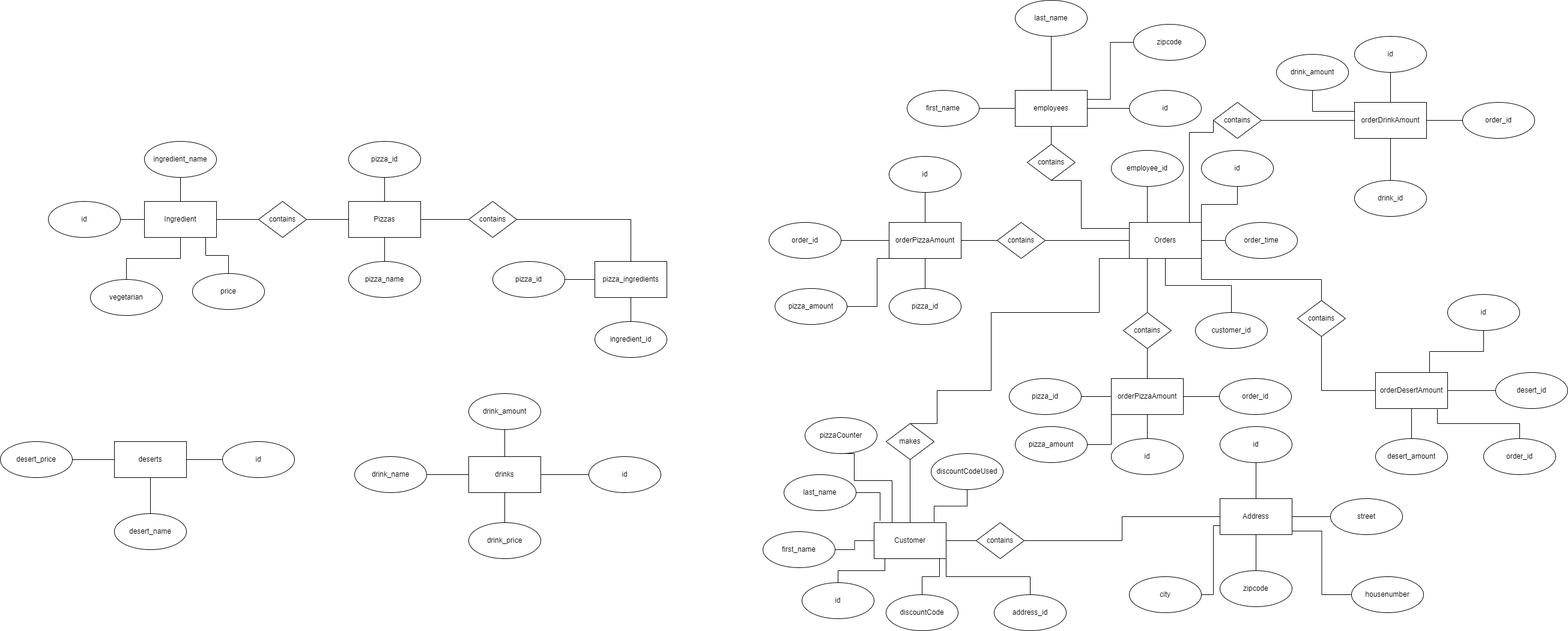
Above: Images/RelationDiagram.drawio .png in AkkuRam/PizzasSQL (draw.io), before the change. Source tidied: cells renumbered, new cells last; positions are measured from the earlier drawing's top-left corner, leaving out a move shared by most shapes.
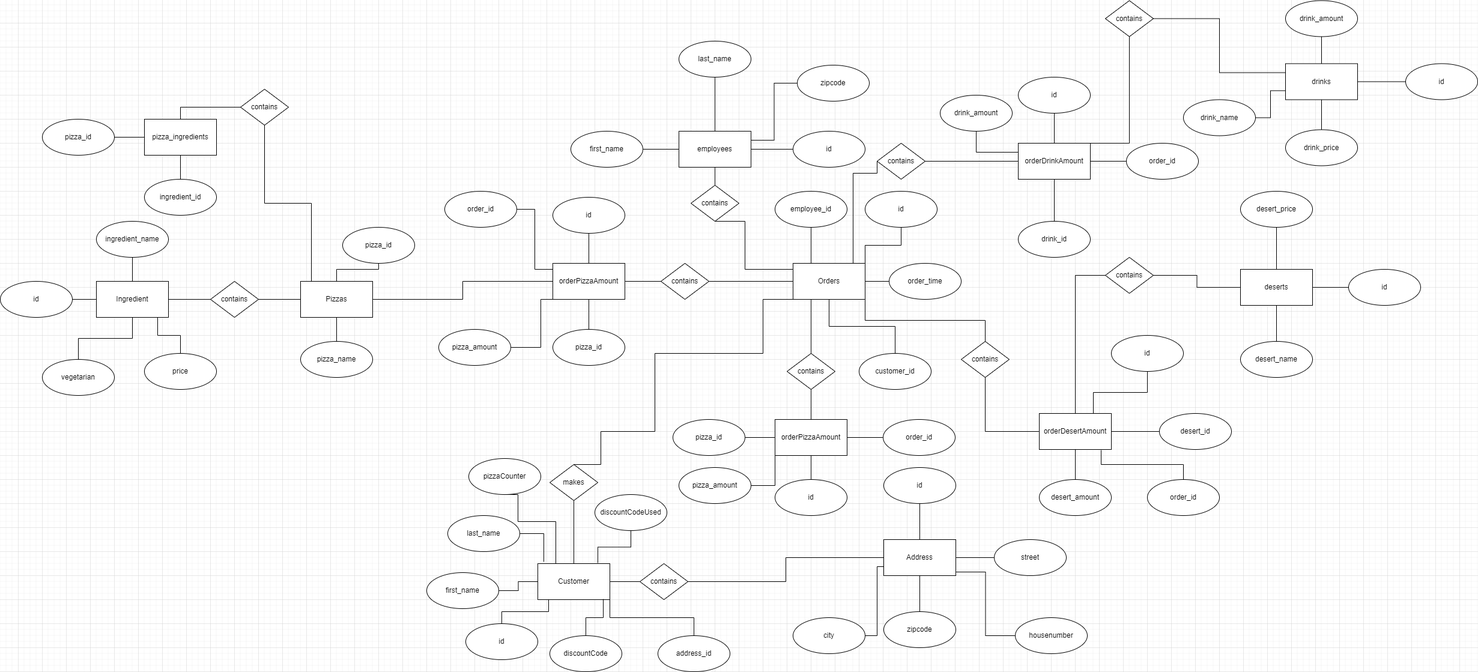
The same diagram one commit later.

Commit message:
relation diagram

The edit, as a diff of the source:
```diff
@@ -9,7 +9,7 @@
       <mxGeometry relative="1" as="geometry" />
     </mxCell>
     <mxCell id="4" value="Pizzas" style="rounded=0;whiteSpace=wrap;html=1;" parent="1" vertex="1">
-      <mxGeometry x="580" y="335" width="120" height="60" as="geometry" />
+      <mxGeometry x="1060" y="400" width="120" height="60" as="geometry" />
     </mxCell>
     <mxCell id="5" style="edgeStyle=orthogonalEdgeStyle;rounded=0;jettySize=auto;html=1;strokeColor=default;startArrow=none;startFill=0;endArrow=none;endFill=0;exitX=1;exitY=0;exitDx=0;exitDy=0;" parent="1" edge="1" source="6" target="27">
       <mxGeometry relative="1" as="geometry" />
@@ -27,19 +27,19 @@
       <mxGeometry relative="1" as="geometry" />
     </mxCell>
     <mxCell id="10" value="Ingredient" style="rounded=0;whiteSpace=wrap;html=1;" parent="1" vertex="1">
-      <mxGeometry x="240" y="335" width="120" height="60" as="geometry" />
+      <mxGeometry x="720" y="400" width="120" height="60" as="geometry" />
     </mxCell>
     <mxCell id="11" value="pizza_name" style="ellipse;whiteSpace=wrap;html=1;" parent="1" vertex="1">
-      <mxGeometry x="580" y="435" width="120" height="60" as="geometry" />
+      <mxGeometry x="1060" y="500" width="120" height="60" as="geometry" />
     </mxCell>
     <mxCell id="12" value="ingredient_name" style="ellipse;whiteSpace=wrap;html=1;" parent="1" vertex="1">
-      <mxGeometry x="240" y="235" width="120" height="60" as="geometry" />
+      <mxGeometry x="720" y="300" width="120" height="60" as="geometry" />
     </mxCell>
     <mxCell id="13" value="first_name" style="ellipse;whiteSpace=wrap;html=1;" parent="1" vertex="1">
       <mxGeometry x="1270" y="885" width="120" height="60" as="geometry" />
     </mxCell>
     <mxCell id="14" value="pizza_id" style="ellipse;whiteSpace=wrap;html=1;" parent="1" vertex="1">
-      <mxGeometry x="580" y="235" width="120" height="60" as="geometry" />
+      <mxGeometry x="1130" y="310" width="120" height="60" as="geometry" />
     </mxCell>
     <mxCell id="15" style="edgeStyle=orthogonalEdgeStyle;rounded=0;jettySize=auto;html=1;strokeColor=default;startArrow=none;startFill=0;endArrow=none;endFill=0;entryX=0.15;entryY=1;entryDx=0;entryDy=0;entryPerimeter=0;" parent="1" edge="1" source="16" target="7">
       <mxGeometry relative="1" as="geometry" />
@@ -51,7 +51,7 @@
       <mxGeometry relative="1" as="geometry" />
     </mxCell>
     <mxCell id="18" value="id" style="ellipse;whiteSpace=wrap;html=1;" parent="1" vertex="1">
-      <mxGeometry x="80" y="335" width="120" height="60" as="geometry" />
+      <mxGeometry x="560" y="400" width="120" height="60" as="geometry" />
     </mxCell>
     <mxCell id="19" style="edgeStyle=orthogonalEdgeStyle;rounded=0;jettySize=auto;html=1;strokeColor=default;startArrow=none;startFill=0;endArrow=none;endFill=0;entryX=0.083;entryY=-0.05;entryDx=0;entryDy=0;entryPerimeter=0;" parent="1" edge="1" source="20" target="7">
       <mxGeometry relative="1" as="geometry" />
@@ -60,7 +60,7 @@
       <mxGeometry x="1305" y="790" width="120" height="60" as="geometry" />
     </mxCell>
     <mxCell id="21" value="price" style="ellipse;whiteSpace=wrap;html=1;" parent="1" vertex="1">
-      <mxGeometry x="320" y="455" width="120" height="60" as="geometry" />
+      <mxGeometry x="800" y="520" width="120" height="60" as="geometry" />
     </mxCell>
     <mxCell id="22" style="edgeStyle=orthogonalEdgeStyle;rounded=0;jettySize=auto;html=1;exitX=0;exitY=0.5;exitDx=0;exitDy=0;strokeColor=default;endArrow=none;endFill=0;" parent="1" edge="1" source="24" target="10">
       <mxGeometry relative="1" as="geometry" />
@@ -69,7 +69,7 @@
       <mxGeometry relative="1" as="geometry" />
     </mxCell>
     <mxCell id="24" value="contains" style="rhombus;whiteSpace=wrap;html=1;" parent="1" vertex="1">
-      <mxGeometry x="430" y="335" width="80" height="60" as="geometry" />
+      <mxGeometry x="910" y="400" width="80" height="60" as="geometry" />
     </mxCell>
     <mxCell id="25" style="edgeStyle=orthogonalEdgeStyle;rounded=0;jettySize=auto;html=1;strokeColor=default;startArrow=none;startFill=0;endArrow=none;endFill=0;" parent="1" edge="1" source="26" target="6">
       <mxGeometry relative="1" as="geometry" />
@@ -114,7 +114,7 @@
       <mxGeometry relative="1" as="geometry" />
     </mxCell>
     <mxCell id="36" value="vegetarian" style="ellipse;whiteSpace=wrap;html=1;" parent="1" vertex="1">
-      <mxGeometry x="150" y="465" width="120" height="60" as="geometry" />
+      <mxGeometry x="630" y="530" width="120" height="60" as="geometry" />
     </mxCell>
     <mxCell id="37" value="employee_id" style="ellipse;whiteSpace=wrap;html=1;" parent="1" vertex="1">
       <mxGeometry x="1850" y="250" width="120" height="60" as="geometry" />
@@ -292,11 +292,8 @@
       <mxGeometry relative="1" as="geometry" />
     </mxCell>
     <mxCell id="92" value="order_id" style="ellipse;whiteSpace=wrap;html=1;" parent="1" vertex="1">
-      <mxGeometry x="1280" y="370" width="120" height="60" as="geometry" />
+      <mxGeometry x="1300" y="250" width="120" height="60" as="geometry" />
     </mxCell>
-    <mxCell id="93" style="endArrow=none;html=1;rounded=0;exitX=1;exitY=0.5;exitDx=0;exitDy=0;entryX=0;entryY=0.5;entryDx=0;entryDy=0;" parent="1" edge="1" source="92" target="87">
-      <mxGeometry relative="1" as="geometry" />
-    </mxCell>
     <mxCell id="94" value="pizza_amount" style="ellipse;whiteSpace=wrap;html=1;" parent="1" vertex="1">
       <mxGeometry x="1290" y="480" width="120" height="60" as="geometry" />
     </mxCell>
@@ -308,56 +305,53 @@
         </Array>
       </mxGeometry>
     </mxCell>
-    <mxCell id="96" style="edgeStyle=orthogonalEdgeStyle;rounded=0;jettySize=auto;html=1;strokeColor=default;startArrow=none;startFill=0;endArrow=none;endFill=0;exitX=1;exitY=0.5;exitDx=0;exitDy=0;entryX=0;entryY=0.5;entryDx=0;entryDy=0;" parent="1" edge="1" source="4" target="97">
-      <mxGeometry relative="1" as="geometry" />
-    </mxCell>
     <mxCell id="97" value="contains" style="rhombus;whiteSpace=wrap;html=1;" parent="1" vertex="1">
-      <mxGeometry x="780" y="335" width="80" height="60" as="geometry" />
+      <mxGeometry x="960" y="80" width="80" height="60" as="geometry" />
     </mxCell>
     <mxCell id="98" value="pizza_ingredients" style="rounded=0;whiteSpace=wrap;html=1;" parent="1" vertex="1">
-      <mxGeometry x="990" y="435" width="120" height="60" as="geometry" />
+      <mxGeometry x="800" y="130" width="120" height="60" as="geometry" />
     </mxCell>
     <mxCell id="99" value="pizza_id" style="ellipse;whiteSpace=wrap;html=1;" parent="1" vertex="1">
-      <mxGeometry x="820" y="435" width="120" height="60" as="geometry" />
+      <mxGeometry x="630" y="130" width="120" height="60" as="geometry" />
     </mxCell>
     <mxCell id="100" style="endArrow=none;html=1;rounded=0;exitX=1;exitY=0.5;exitDx=0;exitDy=0;entryX=0;entryY=0.5;entryDx=0;entryDy=0;" parent="1" edge="1" source="99" target="98">
       <mxGeometry relative="1" as="geometry" />
     </mxCell>
     <mxCell id="101" value="ingredient_id" style="ellipse;whiteSpace=wrap;html=1;" parent="1" vertex="1">
-      <mxGeometry x="990" y="535" width="120" height="60" as="geometry" />
+      <mxGeometry x="800" y="230" width="120" height="60" as="geometry" />
     </mxCell>
     <mxCell id="102" style="endArrow=none;html=1;rounded=0;exitX=0.5;exitY=0;exitDx=0;exitDy=0;entryX=0.5;entryY=1;entryDx=0;entryDy=0;" parent="1" edge="1" source="101" target="98">
       <mxGeometry relative="1" as="geometry" />
     </mxCell>
-    <mxCell id="103" style="edgeStyle=orthogonalEdgeStyle;rounded=0;jettySize=auto;html=1;strokeColor=default;startArrow=none;startFill=0;endArrow=none;endFill=0;exitX=1;exitY=0.5;exitDx=0;exitDy=0;entryX=0.5;entryY=0;entryDx=0;entryDy=0;" parent="1" edge="1" source="97" target="98">
+    <mxCell id="103" style="edgeStyle=orthogonalEdgeStyle;rounded=0;jettySize=auto;html=1;strokeColor=default;startArrow=none;startFill=0;endArrow=none;endFill=0;exitX=0;exitY=0.5;exitDx=0;exitDy=0;entryX=0.5;entryY=0;entryDx=0;entryDy=0;" parent="1" edge="1" source="97" target="98">
       <mxGeometry relative="1" as="geometry" />
     </mxCell>
     <mxCell id="104" value="deserts" style="rounded=0;whiteSpace=wrap;html=1;" parent="1" vertex="1">
-      <mxGeometry x="190" y="735" width="120" height="60" as="geometry" />
+      <mxGeometry x="2625" y="380" width="120" height="60" as="geometry" />
     </mxCell>
     <mxCell id="105" value="id" style="ellipse;whiteSpace=wrap;html=1;" parent="1" vertex="1">
-      <mxGeometry x="370" y="735" width="120" height="60" as="geometry" />
+      <mxGeometry x="2805" y="380" width="120" height="60" as="geometry" />
     </mxCell>
     <mxCell id="106" style="endArrow=none;html=1;rounded=0;exitX=1;exitY=0.5;exitDx=0;exitDy=0;entryX=0;entryY=0.5;entryDx=0;entryDy=0;" parent="1" edge="1" source="104" target="105">
       <mxGeometry relative="1" as="geometry" />
     </mxCell>
     <mxCell id="107" value="desert_name" style="ellipse;whiteSpace=wrap;html=1;" parent="1" vertex="1">
-      <mxGeometry x="190" y="855" width="120" height="60" as="geometry" />
+      <mxGeometry x="2625" y="500" width="120" height="60" as="geometry" />
     </mxCell>
     <mxCell id="108" style="endArrow=none;html=1;rounded=0;exitX=0.5;exitY=1;exitDx=0;exitDy=0;entryX=0.5;entryY=0;entryDx=0;entryDy=0;" parent="1" edge="1" source="104" target="107">
       <mxGeometry relative="1" as="geometry" />
     </mxCell>
     <mxCell id="109" value="desert_price" style="ellipse;whiteSpace=wrap;html=1;" parent="1" vertex="1">
-      <mxGeometry y="735" width="120" height="60" as="geometry" />
+      <mxGeometry x="2625" y="250" width="120" height="60" as="geometry" />
     </mxCell>
-    <mxCell id="110" style="endArrow=none;html=1;rounded=0;exitX=1;exitY=0.5;exitDx=0;exitDy=0;entryX=0;entryY=0.5;entryDx=0;entryDy=0;" parent="1" edge="1" source="109" target="104">
+    <mxCell id="110" style="endArrow=none;html=1;rounded=0;exitX=0.5;exitY=1;exitDx=0;exitDy=0;entryX=0.5;entryY=0;entryDx=0;entryDy=0;" parent="1" edge="1" source="109" target="104">
       <mxGeometry relative="1" as="geometry" />
     </mxCell>
     <mxCell id="111" value="drinks" style="rounded=0;whiteSpace=wrap;html=1;" parent="1" vertex="1">
-      <mxGeometry x="780" y="760" width="120" height="60" as="geometry" />
+      <mxGeometry x="2700" y="37.5" width="120" height="60" as="geometry" />
     </mxCell>
     <mxCell id="112" value="id" style="ellipse;whiteSpace=wrap;html=1;" parent="1" vertex="1">
-      <mxGeometry x="980" y="760" width="120" height="60" as="geometry" />
+      <mxGeometry x="2900" y="37.5" width="120" height="60" as="geometry" />
     </mxCell>
     <mxCell id="113" style="endArrow=none;html=1;rounded=0;exitX=0;exitY=0.5;exitDx=0;exitDy=0;entryX=1;entryY=0.5;entryDx=0;entryDy=0;" parent="1" edge="1" source="112" target="111">
       <mxGeometry relative="1" as="geometry" />
@@ -366,20 +360,17 @@
       <mxGeometry relative="1" as="geometry" />
     </mxCell>
     <mxCell id="115" value="drink_price" style="ellipse;whiteSpace=wrap;html=1;" parent="1" vertex="1">
-      <mxGeometry x="780" y="870" width="120" height="60" as="geometry" />
+      <mxGeometry x="2700" y="147.5" width="120" height="60" as="geometry" />
     </mxCell>
     <mxCell id="116" value="drink_amount" style="ellipse;whiteSpace=wrap;html=1;" parent="1" vertex="1">
-      <mxGeometry x="780" y="655" width="120" height="60" as="geometry" />
+      <mxGeometry x="2700" y="-67.5" width="120" height="60" as="geometry" />
     </mxCell>
     <mxCell id="117" style="endArrow=none;html=1;rounded=0;exitX=0.5;exitY=0;exitDx=0;exitDy=0;entryX=0.5;entryY=1;entryDx=0;entryDy=0;" parent="1" edge="1" source="111" target="116">
       <mxGeometry relative="1" as="geometry" />
     </mxCell>
     <mxCell id="118" value="drink_name" style="ellipse;whiteSpace=wrap;html=1;" parent="1" vertex="1">
-      <mxGeometry x="590" y="760" width="120" height="60" as="geometry" />
+      <mxGeometry x="2530" y="97.5" width="120" height="60" as="geometry" />
     </mxCell>
-    <mxCell id="119" style="endArrow=none;html=1;rounded=0;exitX=1;exitY=0.5;exitDx=0;exitDy=0;entryX=0;entryY=0.5;entryDx=0;entryDy=0;" parent="1" edge="1" source="118" target="111">
-      <mxGeometry relative="1" as="geometry" />
-    </mxCell>
     <mxCell id="120" value="id" style="ellipse;whiteSpace=wrap;html=1;" parent="1" vertex="1">
       <mxGeometry x="2031" y="710" width="120" height="60" as="geometry" />
     </mxCell>
@@ -463,5 +454,46 @@
         </Array>
       </mxGeometry>
     </mxCell>
+    <mxCell id="144" style="edgeStyle=orthogonalEdgeStyle;rounded=0;jettySize=auto;html=1;strokeColor=default;startArrow=none;startFill=0;endArrow=none;endFill=0;exitX=0.5;exitY=1;exitDx=0;exitDy=0;entryX=0.15;entryY=0;entryDx=0;entryDy=0;entryPerimeter=0;" parent="1" edge="1" source="97" target="4">
+      <mxGeometry relative="1" as="geometry" />
+    </mxCell>
+    <mxCell id="93" style="edgeStyle=orthogonalEdgeStyle;rounded=0;jettySize=auto;html=1;strokeColor=default;startArrow=none;startFill=0;endArrow=none;endFill=0;exitX=1;exitY=0.5;exitDx=0;exitDy=0;entryX=0;entryY=0.5;entryDx=0;entryDy=0;" parent="1" edge="1" source="92" target="87">
+      <mxGeometry relative="1" as="geometry">
+        <Array as="points">
+          <mxPoint x="1450" y="280" />
+          <mxPoint x="1450" y="380" />
+          <mxPoint x="1480" y="380" />
+        </Array>
+      </mxGeometry>
+    </mxCell>
+    <mxCell id="145" style="edgeStyle=orthogonalEdgeStyle;rounded=0;jettySize=auto;html=1;strokeColor=default;startArrow=none;startFill=0;endArrow=none;endFill=0;exitX=1;exitY=0.5;exitDx=0;exitDy=0;entryX=0;entryY=0.5;entryDx=0;entryDy=0;" parent="1" edge="1" source="4" target="87">
+      <mxGeometry relative="1" as="geometry" />
+    </mxCell>
+    <mxCell id="146" value="contains" style="rhombus;whiteSpace=wrap;html=1;" parent="1" vertex="1">
+      <mxGeometry x="2400" y="-67.5" width="80" height="60" as="geometry" />
+    </mxCell>
+    <mxCell id="147" style="edgeStyle=orthogonalEdgeStyle;rounded=0;jettySize=auto;html=1;strokeColor=default;startArrow=none;startFill=0;endArrow=none;endFill=0;exitX=1;exitY=0.25;exitDx=0;exitDy=0;entryX=0.5;entryY=1;entryDx=0;entryDy=0;" parent="1" edge="1" source="69" target="146">
+      <mxGeometry relative="1" as="geometry">
+        <Array as="points">
+          <mxPoint x="2375" y="170" />
+          <mxPoint x="2440" y="170" />
+        </Array>
+      </mxGeometry>
+    </mxCell>
+    <mxCell id="148" style="edgeStyle=orthogonalEdgeStyle;rounded=0;jettySize=auto;html=1;strokeColor=default;startArrow=none;startFill=0;endArrow=none;endFill=0;exitX=1;exitY=0.5;exitDx=0;exitDy=0;entryX=0;entryY=0.25;entryDx=0;entryDy=0;" parent="1" edge="1" source="146" target="111">
+      <mxGeometry relative="1" as="geometry" />
+    </mxCell>
+    <mxCell id="119" style="edgeStyle=orthogonalEdgeStyle;rounded=0;jettySize=auto;html=1;strokeColor=default;startArrow=none;startFill=0;endArrow=none;endFill=0;entryX=0;entryY=0.75;entryDx=0;entryDy=0;" parent="1" edge="1" source="118" target="111">
+      <mxGeometry relative="1" as="geometry" />
+    </mxCell>
+    <mxCell id="149" value="contains" style="rhombus;whiteSpace=wrap;html=1;" parent="1" vertex="1">
+      <mxGeometry x="2400" y="360" width="80" height="60" as="geometry" />
+    </mxCell>
+    <mxCell id="150" style="edgeStyle=orthogonalEdgeStyle;rounded=0;jettySize=auto;html=1;strokeColor=default;startArrow=none;startFill=0;endArrow=none;endFill=0;exitX=1;exitY=0.5;exitDx=0;exitDy=0;entryX=0;entryY=0.5;entryDx=0;entryDy=0;" parent="1" edge="1" source="149" target="104">
+      <mxGeometry relative="1" as="geometry" />
+    </mxCell>
+    <mxCell id="151" style="edgeStyle=orthogonalEdgeStyle;rounded=0;jettySize=auto;html=1;strokeColor=default;startArrow=none;startFill=0;endArrow=none;endFill=0;exitX=0.5;exitY=0;exitDx=0;exitDy=0;entryX=0;entryY=0.5;entryDx=0;entryDy=0;" parent="1" edge="1" source="43" target="149">
+      <mxGeometry relative="1" as="geometry" />
+    </mxCell>
   </root>
 </mxGraphModel>
```
